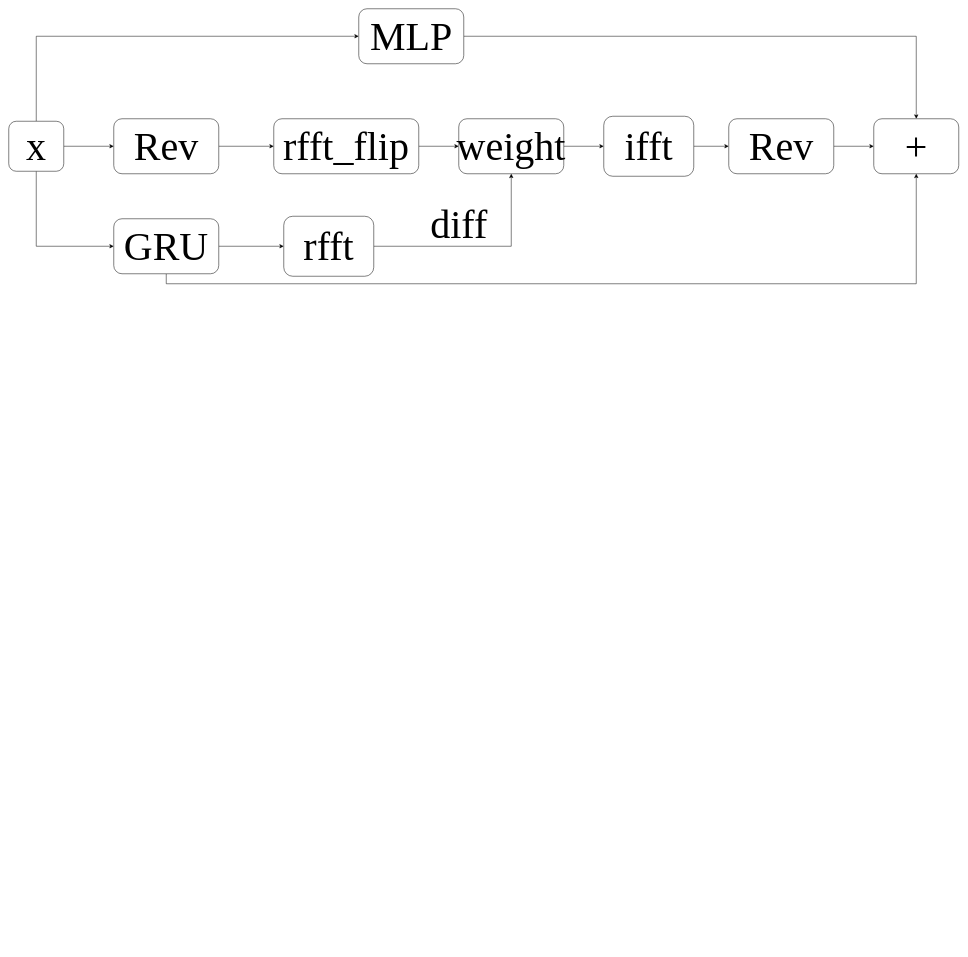
Above: 3.drawio in htired/git-demo (draw.io), before the change. Source tidied: cells renumbered, new cells numbered last; positions are measured from the earlier drawing's top-left corner, leaving out a move shared by most shapes. Both pictures are drawn from the tidied source at 50%, with x=0, y=0 at pixel (8, 8).
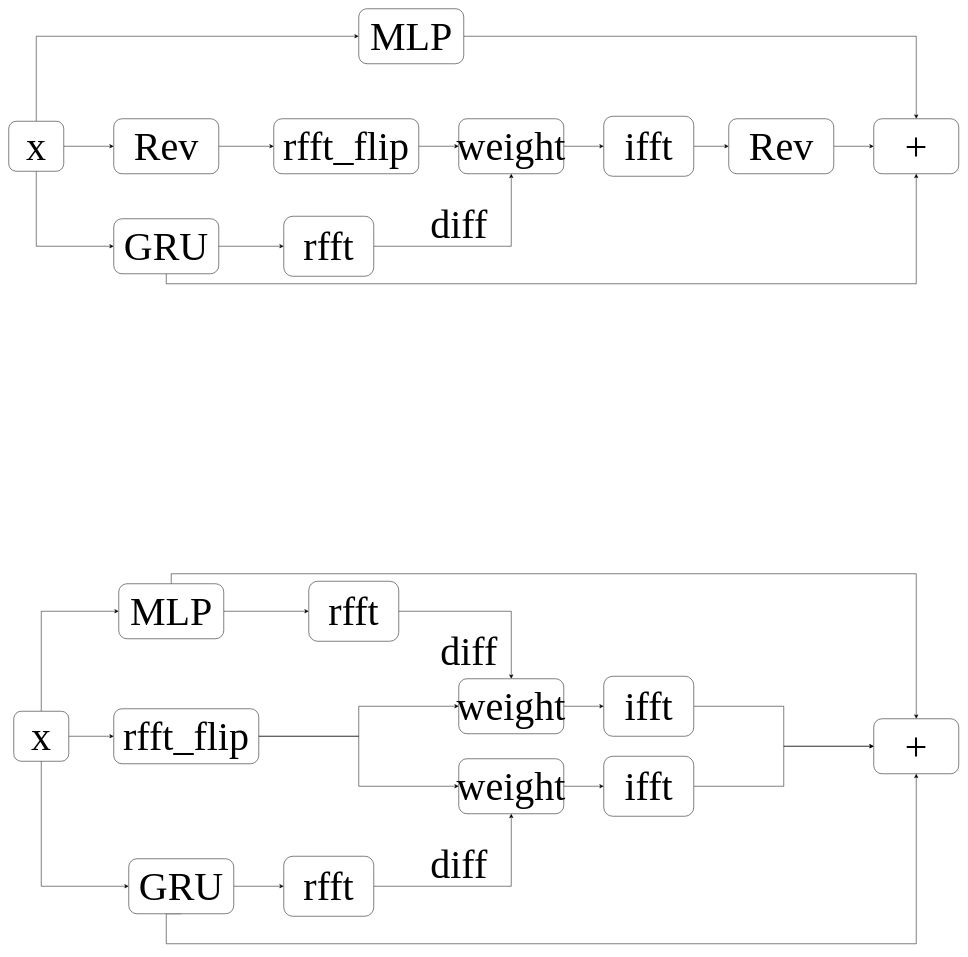
Above is the later version.

What changed in the source:
```diff
@@
+    <mxCell id="25" style="edgeStyle=orthogonalEdgeStyle;rounded=0;jettySize=auto;html=1;" parent="1" edge="1" source="27" target="38">
+      <mxGeometry relative="1" as="geometry" />
+    </mxCell>
+    <mxCell id="26" style="edgeStyle=orthogonalEdgeStyle;rounded=0;jettySize=auto;html=1;exitX=1;exitY=0.5;exitDx=0;exitDy=0;entryX=0;entryY=0.5;entryDx=0;entryDy=0;" parent="1" edge="1" source="27" target="49">
+      <mxGeometry relative="1" as="geometry" />
+    </mxCell>
+    <mxCell id="27" value="rfft_flip" style="rounded=1;whiteSpace=wrap;html=1;fontFamily=Times New Roman;fontSize=80;" parent="1" vertex="1">
+      <mxGeometry x="210" y="1400" width="290" height="110" as="geometry" />
+    </mxCell>
+    <mxCell id="28" style="edgeStyle=orthogonalEdgeStyle;rounded=0;jettySize=auto;html=1;exitX=1;exitY=0.5;exitDx=0;exitDy=0;entryX=0;entryY=0.5;entryDx=0;entryDy=0;" parent="1" edge="1" source="31" target="27">
+      <mxGeometry relative="1" as="geometry" />
+    </mxCell>
+    <mxCell id="29" style="edgeStyle=orthogonalEdgeStyle;rounded=0;jettySize=auto;html=1;exitX=0.5;exitY=1;exitDx=0;exitDy=0;entryX=0;entryY=0.5;entryDx=0;entryDy=0;" parent="1" edge="1" source="31" target="34">
+      <mxGeometry relative="1" as="geometry" />
+    </mxCell>
+    <mxCell id="30" style="edgeStyle=orthogonalEdgeStyle;rounded=0;jettySize=auto;html=1;exitX=0.5;exitY=0;exitDx=0;exitDy=0;entryX=0;entryY=0.5;entryDx=0;entryDy=0;" parent="1" edge="1" source="31" target="44">
+      <mxGeometry relative="1" as="geometry" />
+    </mxCell>
+    <mxCell id="31" value="x" style="rounded=1;whiteSpace=wrap;html=1;fontFamily=Times New Roman;fontSize=80;" parent="1" vertex="1">
+      <mxGeometry x="10" y="1405" width="110" height="100" as="geometry" />
+    </mxCell>
+    <mxCell id="32" style="edgeStyle=orthogonalEdgeStyle;rounded=0;jettySize=auto;html=1;exitX=1;exitY=0.5;exitDx=0;exitDy=0;entryX=0;entryY=0.5;entryDx=0;entryDy=0;" parent="1" edge="1" source="34" target="36">
+      <mxGeometry relative="1" as="geometry" />
+    </mxCell>
+    <mxCell id="33" style="edgeStyle=orthogonalEdgeStyle;rounded=0;jettySize=auto;html=1;exitX=0.5;exitY=1;exitDx=0;exitDy=0;entryX=0.5;entryY=1;entryDx=0;entryDy=0;" parent="1" edge="1" source="34" target="45">
+      <mxGeometry relative="1" as="geometry">
+        <Array as="points">
+          <mxPoint x="315" y="1810" />
+          <mxPoint x="315" y="1870" />
+          <mxPoint x="1815" y="1870" />
+        </Array>
+      </mxGeometry>
+    </mxCell>
+    <mxCell id="34" value="GRU" style="rounded=1;whiteSpace=wrap;html=1;fontFamily=Times New Roman;fontSize=80;" parent="1" vertex="1">
+      <mxGeometry x="240" y="1700" width="210" height="110" as="geometry" />
+    </mxCell>
+    <mxCell id="35" style="edgeStyle=orthogonalEdgeStyle;rounded=0;jettySize=auto;html=1;exitX=1;exitY=0.5;exitDx=0;exitDy=0;entryX=0.5;entryY=1;entryDx=0;entryDy=0;" parent="1" edge="1" source="36" target="38">
+      <mxGeometry relative="1" as="geometry" />
+    </mxCell>
+    <mxCell id="36" value="rfft" style="rounded=1;whiteSpace=wrap;html=1;fontFamily=Times New Roman;fontSize=80;" parent="1" vertex="1">
+      <mxGeometry x="550" y="1695" width="180" height="120" as="geometry" />
+    </mxCell>
+    <mxCell id="37" style="edgeStyle=orthogonalEdgeStyle;rounded=0;jettySize=auto;html=1;exitX=1;exitY=0.5;exitDx=0;exitDy=0;" parent="1" edge="1" source="38" target="41">
+      <mxGeometry relative="1" as="geometry" />
+    </mxCell>
+    <mxCell id="38" value="weight" style="rounded=1;whiteSpace=wrap;html=1;fontFamily=Times New Roman;fontSize=80;" parent="1" vertex="1">
+      <mxGeometry x="900" y="1500" width="210" height="110" as="geometry" />
+    </mxCell>
+    <mxCell id="39" value="diff" style="text;html=1;align=center;verticalAlign=middle;strokeColor=none;fillColor=none;fontFamily=Times New Roman;fontSize=80;" parent="1" vertex="1">
+      <mxGeometry x="830" y="1655" width="140" height="110" as="geometry" />
+    </mxCell>
+    <mxCell id="40" style="edgeStyle=orthogonalEdgeStyle;rounded=0;jettySize=auto;html=1;exitX=1;exitY=0.5;exitDx=0;exitDy=0;entryX=0;entryY=0.5;entryDx=0;entryDy=0;" parent="1" edge="1" source="41" target="45">
+      <mxGeometry relative="1" as="geometry" />
+    </mxCell>
+    <mxCell id="41" value="ifft" style="rounded=1;whiteSpace=wrap;html=1;fontFamily=Times New Roman;fontSize=80;" parent="1" vertex="1">
+      <mxGeometry x="1190" y="1495" width="180" height="120" as="geometry" />
+    </mxCell>
+    <mxCell id="42" style="edgeStyle=orthogonalEdgeStyle;rounded=0;jettySize=auto;html=1;exitX=1;exitY=0.5;exitDx=0;exitDy=0;entryX=0;entryY=0.5;entryDx=0;entryDy=0;" parent="1" edge="1" source="44" target="47">
+      <mxGeometry relative="1" as="geometry" />
+    </mxCell>
+    <mxCell id="43" style="edgeStyle=orthogonalEdgeStyle;rounded=0;jettySize=auto;html=1;exitX=0.5;exitY=0;exitDx=0;exitDy=0;" parent="1" edge="1" source="44" target="45">
+      <mxGeometry relative="1" as="geometry" />
+    </mxCell>
+    <mxCell id="44" value="MLP" style="rounded=1;whiteSpace=wrap;html=1;fontFamily=Times New Roman;fontSize=80;" parent="1" vertex="1">
+      <mxGeometry x="220" y="1150" width="210" height="110" as="geometry" />
+    </mxCell>
+    <mxCell id="45" value="+" style="rounded=1;whiteSpace=wrap;html=1;fontFamily=Times New Roman;fontSize=80;" parent="1" vertex="1">
+      <mxGeometry x="1730" y="1420" width="170" height="110" as="geometry" />
+    </mxCell>
+    <mxCell id="46" style="edgeStyle=orthogonalEdgeStyle;rounded=0;jettySize=auto;html=1;exitX=1;exitY=0.5;exitDx=0;exitDy=0;entryX=0.5;entryY=0;entryDx=0;entryDy=0;" parent="1" edge="1" source="47" target="49">
+      <mxGeometry relative="1" as="geometry" />
+    </mxCell>
+    <mxCell id="47" value="rfft" style="rounded=1;whiteSpace=wrap;html=1;fontFamily=Times New Roman;fontSize=80;" parent="1" vertex="1">
+      <mxGeometry x="600" y="1145" width="180" height="120" as="geometry" />
+    </mxCell>
+    <mxCell id="48" style="edgeStyle=orthogonalEdgeStyle;rounded=0;jettySize=auto;html=1;exitX=1;exitY=0.5;exitDx=0;exitDy=0;entryX=0;entryY=0.5;entryDx=0;entryDy=0;" parent="1" edge="1" source="49" target="52">
+      <mxGeometry relative="1" as="geometry" />
+    </mxCell>
+    <mxCell id="49" value="weight" style="rounded=1;whiteSpace=wrap;html=1;fontFamily=Times New Roman;fontSize=80;" parent="1" vertex="1">
+      <mxGeometry x="900" y="1340" width="210" height="110" as="geometry" />
+    </mxCell>
+    <mxCell id="50" value="diff" style="text;html=1;align=center;verticalAlign=middle;strokeColor=none;fillColor=none;fontFamily=Times New Roman;fontSize=80;" parent="1" vertex="1">
+      <mxGeometry x="850" y="1230" width="140" height="110" as="geometry" />
+    </mxCell>
+    <mxCell id="51" style="edgeStyle=orthogonalEdgeStyle;rounded=0;jettySize=auto;html=1;exitX=1;exitY=0.5;exitDx=0;exitDy=0;" parent="1" edge="1" source="52" target="45">
+      <mxGeometry relative="1" as="geometry" />
+    </mxCell>
+    <mxCell id="52" value="ifft" style="rounded=1;whiteSpace=wrap;html=1;fontFamily=Times New Roman;fontSize=80;" parent="1" vertex="1">
+      <mxGeometry x="1190" y="1335" width="180" height="120" as="geometry" />
+    </mxCell>
```
